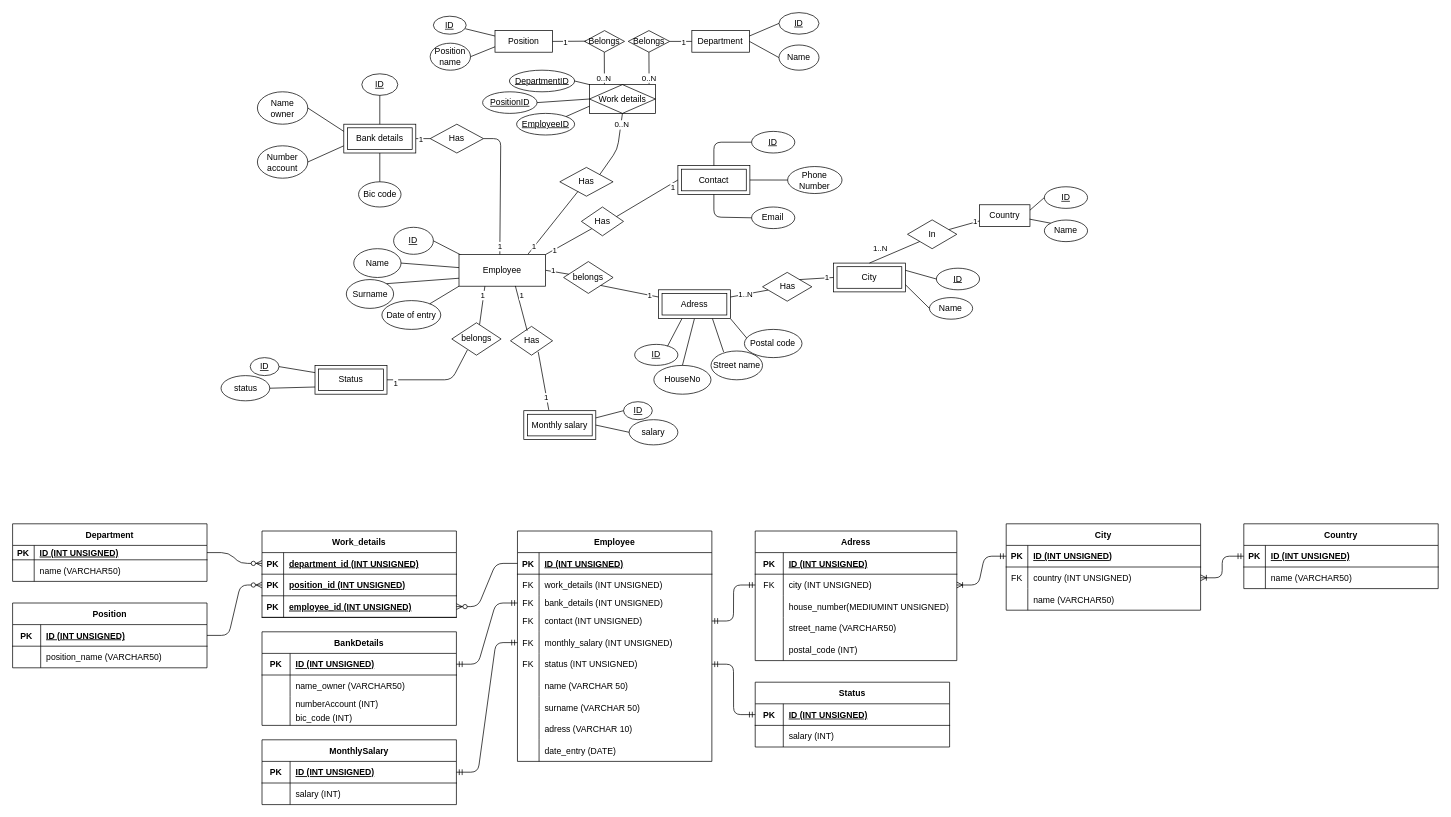
Above: Scheme_database.drawio in AntoineD74/Database-project (draw.io), before the change. Source tidied: cells renumbered, new cells numbered last; positions are measured from the earlier drawing's top-left corner, leaving out a move shared by most shapes. Both pictures are drawn from the tidied source at 72%, with x=0, y=0 at pixel (12, 12).
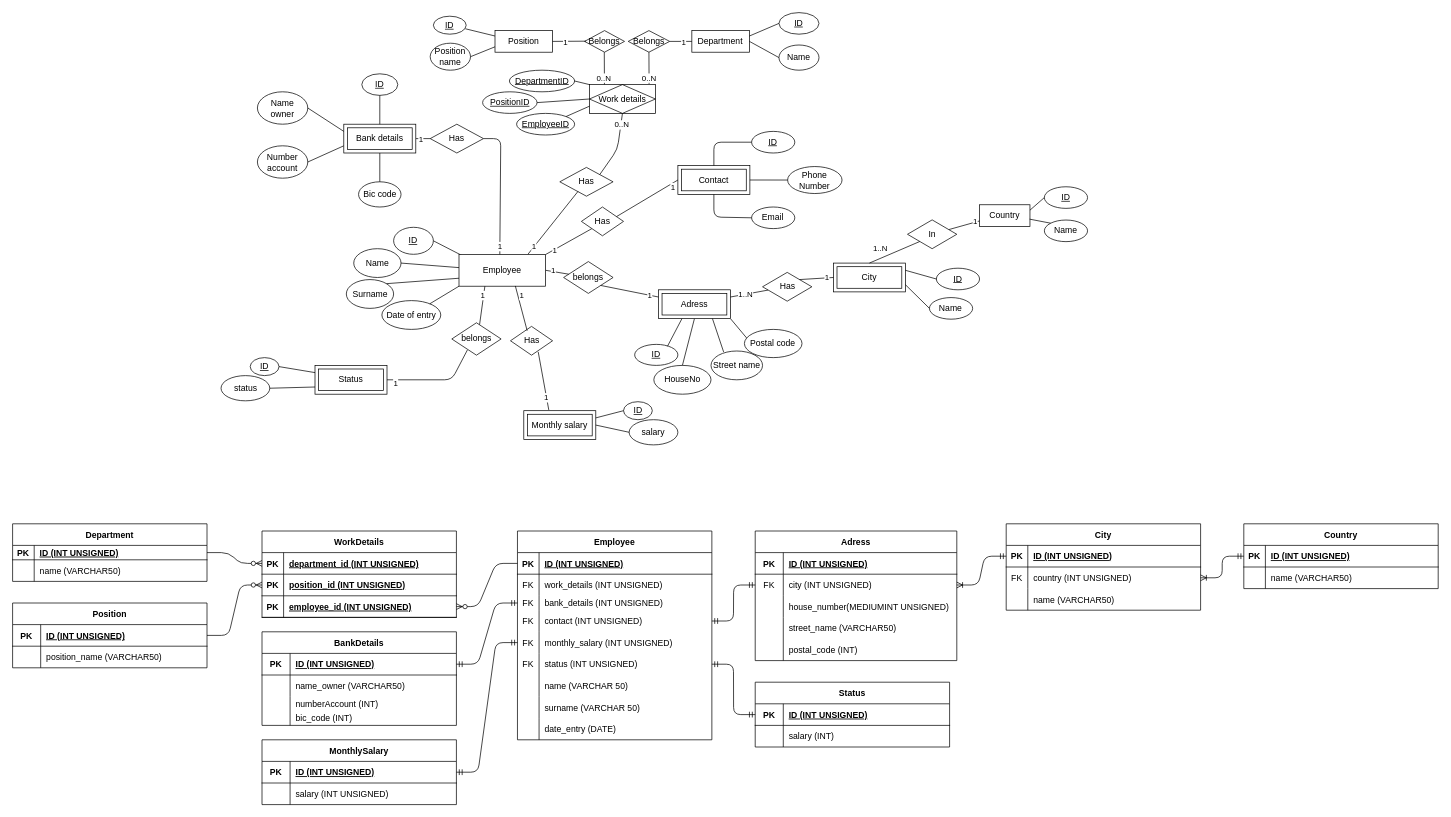
The same diagram, later.

Unchanged cells that the change refers to:
```xml
<mxCell id="237" style="shape=partialRectangle;fillColor=none;top=0;left=0;bottom=0;right=0;" parent="233" vertex="1">
  <mxGeometry y="60" width="270" height="30" as="geometry" />
</mxCell>
```

The edit, as a diff of the source:
```diff
@@
     <mxCell id="38" value="Employee" style="shape=table;startSize=30;childLayout=tableLayout;rowLines=0;fontStyle=1;align=center;" parent="1" vertex="1">
-      <mxGeometry x="701.2" y="720" width="270" height="320" as="geometry" />
+      <mxGeometry x="701.2" y="720" width="270" height="290" as="geometry" />
     </mxCell>
@@
-    <mxCell id="63" style="shape=partialRectangle;fillColor=none;top=0;left=0;bottom=0;right=0;" parent="38" vertex="1">
-      <mxGeometry y="260" width="270" height="30" as="geometry" />
-    </mxCell>
-    <mxCell id="64" style="shape=partialRectangle;fillColor=none;top=0;left=0;bottom=0;right=0;overflow=hidden;" parent="63" vertex="1">
-      <mxGeometry width="30" height="30" as="geometry" />
-    </mxCell>
-    <mxCell id="65" value="adress (VARCHAR 10)" style="shape=partialRectangle;fillColor=none;top=0;left=0;bottom=0;right=0;align=left;spacingLeft=6;overflow=hidden;" parent="63" vertex="1">
-      <mxGeometry x="30" width="240" height="30" as="geometry" />
-    </mxCell>
     <mxCell id="66" style="shape=partialRectangle;fillColor=none;top=0;left=0;bottom=0;right=0;" parent="38" vertex="1">
-      <mxGeometry y="290" width="270" height="30" as="geometry" />
+      <mxGeometry y="260" width="270" height="30" as="geometry" />
     </mxCell>
@@
-    <mxCell id="79" value="Work_details" style="shape=table;startSize=30;childLayout=tableLayout;rowLines=0;fontStyle=1;align=center;" parent="1" vertex="1">
+    <mxCell id="79" value="WorkDetails" style="shape=table;startSize=30;childLayout=tableLayout;rowLines=0;fontStyle=1;align=center;" parent="1" vertex="1">
       <mxGeometry x="346.4" y="720" width="270" height="120" as="geometry" />
     </mxCell>
@@
-    <mxCell id="239" value="salary (INT)" style="shape=partialRectangle;fillColor=none;top=0;left=0;bottom=0;right=0;align=left;spacingLeft=6;overflow=hidden;" parent="237" vertex="1">
+    <mxCell id="239" value="salary (INT UNSIGNED)" style="shape=partialRectangle;fillColor=none;top=0;left=0;bottom=0;right=0;align=left;spacingLeft=6;overflow=hidden;" parent="237" vertex="1">
       <mxGeometry x="39" width="231" height="30" as="geometry" />
     </mxCell>
```
